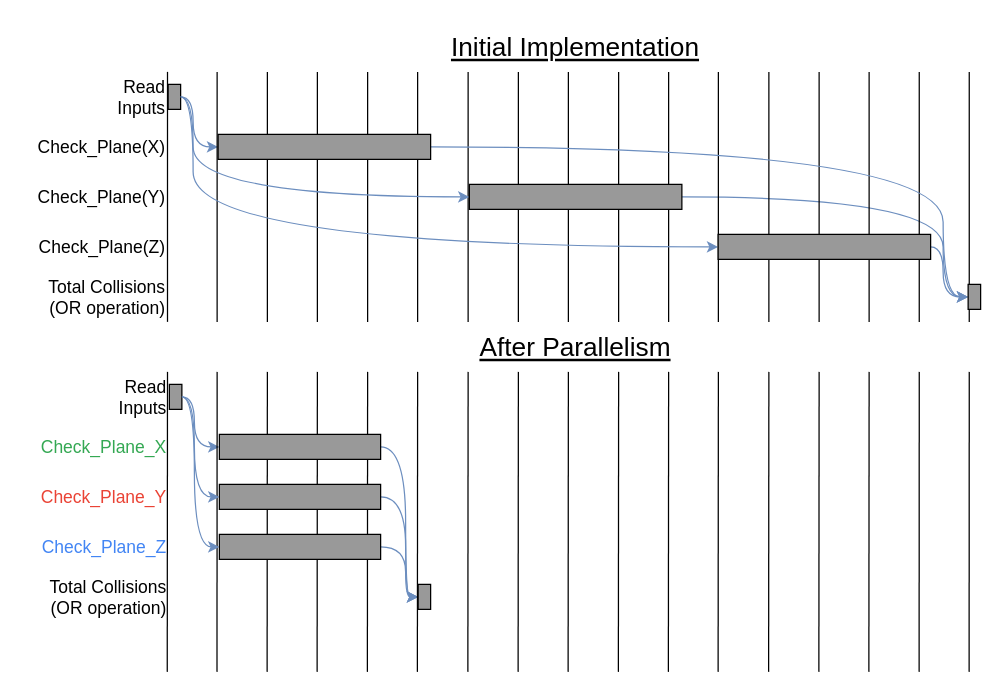
This is page "Timing" (2 of 7) of Writeups/4_Report/chapters/chapter3/img/HoneyBee.drawio from AnthonyKenny98/Thesis, a draw.io file, before an edit. Source tidied: cells renumbered, new cells numbered last; positions are measured from the earlier drawing's top-left corner, leaving out a move shared by most shapes. Both pictures are drawn from the tidied source at 125%, with x=0, y=0 at pixel (22, 21).
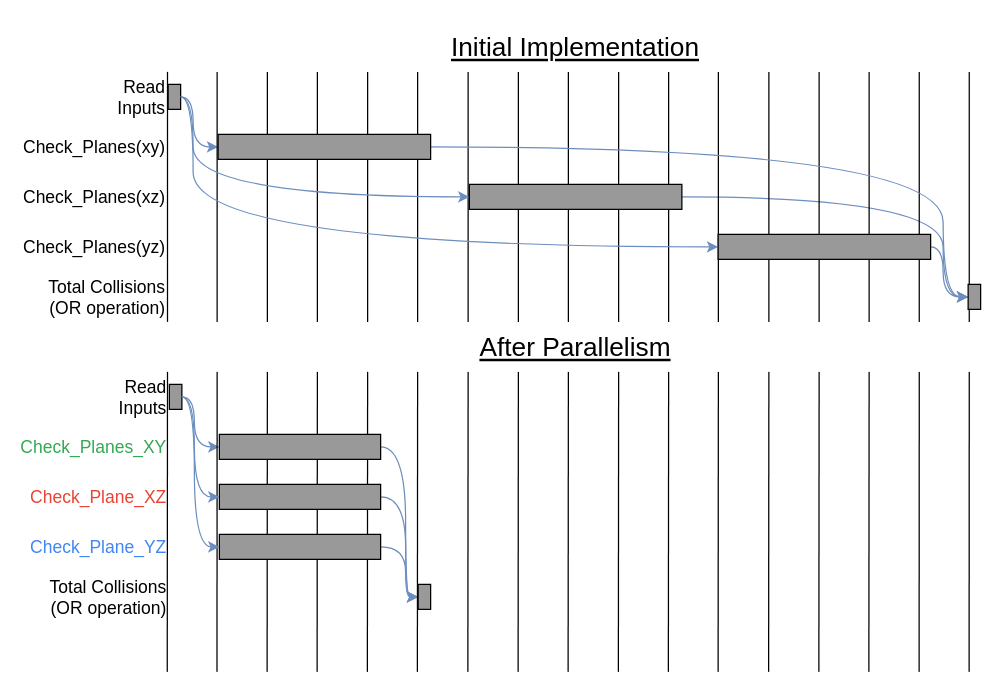
The same diagram, later.

Diff of the diagram source:
```diff
@@
-    <mxCell id="5" value="Check_Plane(X)" style="text;html=1;strokeColor=none;fillColor=none;align=right;verticalAlign=middle;whiteSpace=wrap;rounded=0;fontSize=14;fontFamily=Computer Modern;" parent="1" vertex="1">
+    <mxCell id="5" value="Check_Planes(xy)" style="text;html=1;strokeColor=none;fillColor=none;align=right;verticalAlign=middle;whiteSpace=wrap;rounded=0;fontSize=14;fontFamily=Computer Modern;" parent="1" vertex="1">
       <mxGeometry x="1" y="80" width="115" height="40" as="geometry" />
     </mxCell>
@@
-    <mxCell id="7" value="Check_Plane(Y)" style="text;html=1;strokeColor=none;fillColor=none;align=right;verticalAlign=middle;whiteSpace=wrap;rounded=0;fontSize=14;fontFamily=Computer Modern;" parent="1" vertex="1">
+    <mxCell id="7" value="Check_Planes(xz)" style="text;html=1;strokeColor=none;fillColor=none;align=right;verticalAlign=middle;whiteSpace=wrap;rounded=0;fontSize=14;fontFamily=Computer Modern;" parent="1" vertex="1">
       <mxGeometry y="120" width="116" height="40" as="geometry" />
     </mxCell>
-    <mxCell id="8" value="Check_Plane(Z)" style="text;html=1;strokeColor=none;fillColor=none;align=right;verticalAlign=middle;whiteSpace=wrap;rounded=0;fontSize=14;fontFamily=Computer Modern;" parent="1" vertex="1">
+    <mxCell id="8" value="Check_Planes(yz)" style="text;html=1;strokeColor=none;fillColor=none;align=right;verticalAlign=middle;whiteSpace=wrap;rounded=0;fontSize=14;fontFamily=Computer Modern;" parent="1" vertex="1">
       <mxGeometry x="4" y="160" width="112" height="40" as="geometry" />
     </mxCell>
@@
-    <mxCell id="13" value="Check_Plane_X" style="text;html=1;strokeColor=none;fillColor=none;align=right;verticalAlign=middle;whiteSpace=wrap;rounded=0;fontSize=14;fontFamily=Computer Modern;fontColor=#34A853;" parent="1" vertex="1">
+    <mxCell id="13" value="Check_Planes_XY" style="text;html=1;strokeColor=none;fillColor=none;align=right;verticalAlign=middle;whiteSpace=wrap;rounded=0;fontSize=14;fontFamily=Computer Modern;fontColor=#34A853;" parent="1" vertex="1">
       <mxGeometry x="2" y="320" width="115" height="40" as="geometry" />
     </mxCell>
@@
-    <mxCell id="16" value="Check_Plane_Y" style="text;html=1;strokeColor=none;fillColor=none;align=right;verticalAlign=middle;whiteSpace=wrap;rounded=0;fontSize=14;fontFamily=Computer Modern;fontColor=#EA4335;" parent="1" vertex="1">
+    <mxCell id="16" value="Check_Plane_XZ" style="text;html=1;strokeColor=none;fillColor=none;align=right;verticalAlign=middle;whiteSpace=wrap;rounded=0;fontSize=14;fontFamily=Computer Modern;fontColor=#EA4335;" parent="1" vertex="1">
       <mxGeometry x="1" y="360" width="116" height="40" as="geometry" />
     </mxCell>
@@
-    <mxCell id="18" value="Check_Plane_Z" style="text;html=1;strokeColor=none;fillColor=none;align=right;verticalAlign=middle;whiteSpace=wrap;rounded=0;fontSize=14;fontFamily=Computer Modern;fontColor=#4285F4;" parent="1" vertex="1">
+    <mxCell id="18" value="Check_Plane_YZ" style="text;html=1;strokeColor=none;fillColor=none;align=right;verticalAlign=middle;whiteSpace=wrap;rounded=0;fontSize=14;fontFamily=Computer Modern;fontColor=#4285F4;" parent="1" vertex="1">
       <mxGeometry x="5" y="400" width="112" height="40" as="geometry" />
     </mxCell>
```
